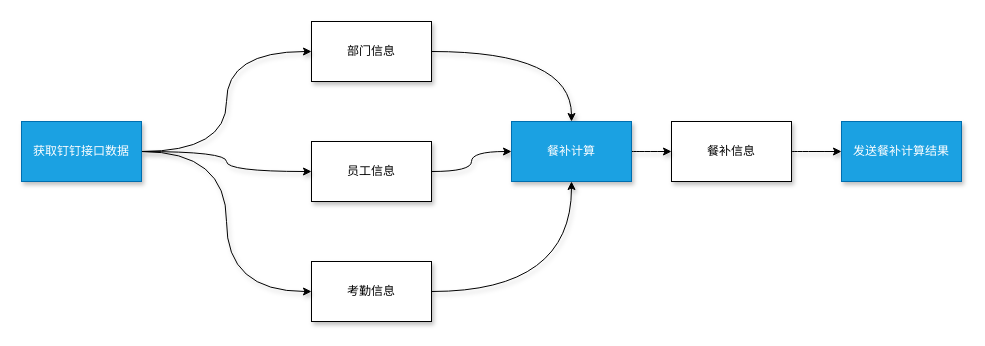
Before: page "餐补计算程序架构" (2 of 2) of swit-architecture.drawio in huyunzhen/diagrams, a draw.io diagram. Source tidied: cells renumbered, new cells numbered last; positions are measured from the earlier drawing's top-left corner, leaving out a move shared by most shapes. Both pictures are drawn from the tidied source at 100%, with x=0, y=0 at pixel (21, 21).
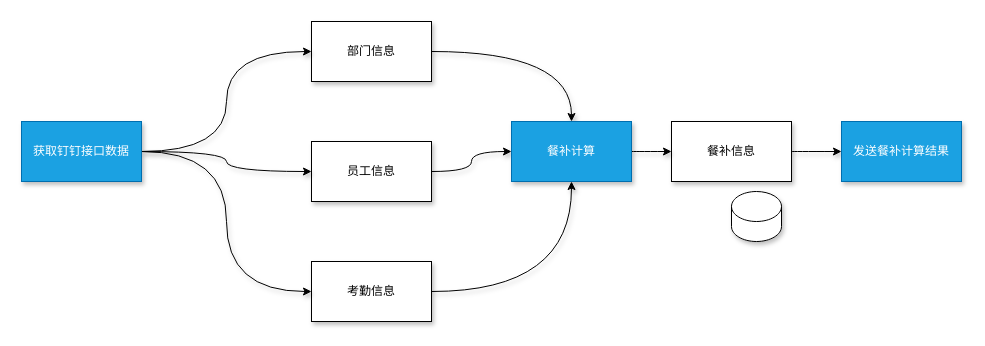
After the change.

What changed in the source:
```diff
@@
 <mxGraphModel>
   <root>
     <mxCell id="0" />
     <mxCell id="1" parent="0" />
     <mxCell id="2" style="edgeStyle=orthogonalEdgeStyle;rounded=0;jettySize=auto;html=1;exitX=1;exitY=0.5;exitDx=0;exitDy=0;entryX=0.5;entryY=0;entryDx=0;entryDy=0;curved=1;sketch=0;shadow=1;" parent="1" edge="1" source="3" target="15">
       <mxGeometry relative="1" as="geometry" />
     </mxCell>
     <mxCell id="3" value="部门信息" style="rounded=0;whiteSpace=wrap;html=1;sketch=0;shadow=1;" parent="1" vertex="1">
       <mxGeometry x="290" width="120" height="60" as="geometry" />
     </mxCell>
     <mxCell id="4" style="edgeStyle=orthogonalEdgeStyle;rounded=0;jettySize=auto;html=1;exitX=1;exitY=0.5;exitDx=0;exitDy=0;entryX=0.5;entryY=1;entryDx=0;entryDy=0;curved=1;sketch=0;shadow=1;" parent="1" edge="1" source="5" target="15">
       <mxGeometry relative="1" as="geometry" />
     </mxCell>
     <mxCell id="5" value="考勤信息" style="rounded=0;whiteSpace=wrap;html=1;sketch=0;shadow=1;" parent="1" vertex="1">
       <mxGeometry x="290" y="240" width="120" height="60" as="geometry" />
     </mxCell>
     <mxCell id="6" style="edgeStyle=orthogonalEdgeStyle;rounded=0;jettySize=auto;html=1;exitX=1;exitY=0.5;exitDx=0;exitDy=0;entryX=0;entryY=0.5;entryDx=0;entryDy=0;curved=1;sketch=0;shadow=1;" parent="1" edge="1" source="7" target="15">
       <mxGeometry relative="1" as="geometry" />
     </mxCell>
     <mxCell id="7" value="员工信息" style="rounded=0;whiteSpace=wrap;html=1;sketch=0;shadow=1;" parent="1" vertex="1">
       <mxGeometry x="290" y="120" width="120" height="60" as="geometry" />
     </mxCell>
     <mxCell id="8" value="餐补信息" style="rounded=0;whiteSpace=wrap;html=1;sketch=0;shadow=1;" parent="1" vertex="1">
       <mxGeometry x="650" y="100" width="120" height="60" as="geometry" />
     </mxCell>
     <mxCell id="9" style="edgeStyle=orthogonalEdgeStyle;rounded=0;jettySize=auto;html=1;exitX=1;exitY=0.5;exitDx=0;exitDy=0;entryX=0;entryY=0.5;entryDx=0;entryDy=0;curved=1;sketch=0;shadow=1;" parent="1" edge="1" source="12" target="3">
       <mxGeometry relative="1" as="geometry" />
     </mxCell>
     <mxCell id="10" style="edgeStyle=orthogonalEdgeStyle;rounded=0;jettySize=auto;html=1;exitX=1;exitY=0.5;exitDx=0;exitDy=0;entryX=0;entryY=0.5;entryDx=0;entryDy=0;curved=1;sketch=0;shadow=1;" parent="1" edge="1" source="12" target="7">
       <mxGeometry relative="1" as="geometry" />
     </mxCell>
     <mxCell id="11" style="edgeStyle=orthogonalEdgeStyle;rounded=0;jettySize=auto;html=1;exitX=1;exitY=0.5;exitDx=0;exitDy=0;entryX=0;entryY=0.5;entryDx=0;entryDy=0;curved=1;sketch=0;shadow=1;" parent="1" edge="1" source="12" target="5">
       <mxGeometry relative="1" as="geometry" />
     </mxCell>
     <mxCell id="12" value="获取钉钉接口数据" style="rounded=0;whiteSpace=wrap;html=1;sketch=0;shadow=1;fillColor=#1ba1e2;strokeColor=#006EAF;fontColor=#ffffff;" parent="1" vertex="1">
       <mxGeometry y="100" width="120" height="60" as="geometry" />
     </mxCell>
     <mxCell id="13" style="edgeStyle=orthogonalEdgeStyle;rounded=0;jettySize=auto;html=1;exitX=1;exitY=0.5;exitDx=0;exitDy=0;entryX=0;entryY=0.5;entryDx=0;entryDy=0;curved=1;sketch=0;shadow=1;" parent="1" edge="1" source="15" target="8">
       <mxGeometry relative="1" as="geometry" />
     </mxCell>
     <mxCell id="14" style="edgeStyle=orthogonalEdgeStyle;curved=1;rounded=0;sketch=0;jettySize=auto;html=1;exitX=1;exitY=0.5;exitDx=0;exitDy=0;shadow=1;" parent="1" edge="1" source="8" target="16">
       <mxGeometry relative="1" as="geometry" />
     </mxCell>
     <mxCell id="15" value="餐补计算" style="rounded=0;whiteSpace=wrap;html=1;sketch=0;shadow=1;fillColor=#1ba1e2;fontColor=#ffffff;strokeColor=#006EAF;" parent="1" vertex="1">
       <mxGeometry x="490" y="100" width="120" height="60" as="geometry" />
     </mxCell>
     <mxCell id="16" value="发送餐补计算结果" style="rounded=0;whiteSpace=wrap;html=1;sketch=0;shadow=1;fillColor=#1ba1e2;fontColor=#ffffff;strokeColor=#006EAF;" parent="1" vertex="1">
       <mxGeometry x="820" y="100" width="120" height="60" as="geometry" />
     </mxCell>
+    <mxCell id="17" style="shape=cylinder3;whiteSpace=wrap;html=1;boundedLbl=1;backgroundOutline=1;size=15;rounded=0;shadow=1;" parent="1" vertex="1">
+      <mxGeometry x="710" y="170" width="50" height="50" as="geometry" />
+    </mxCell>
   </root>
 </mxGraphModel>
```
